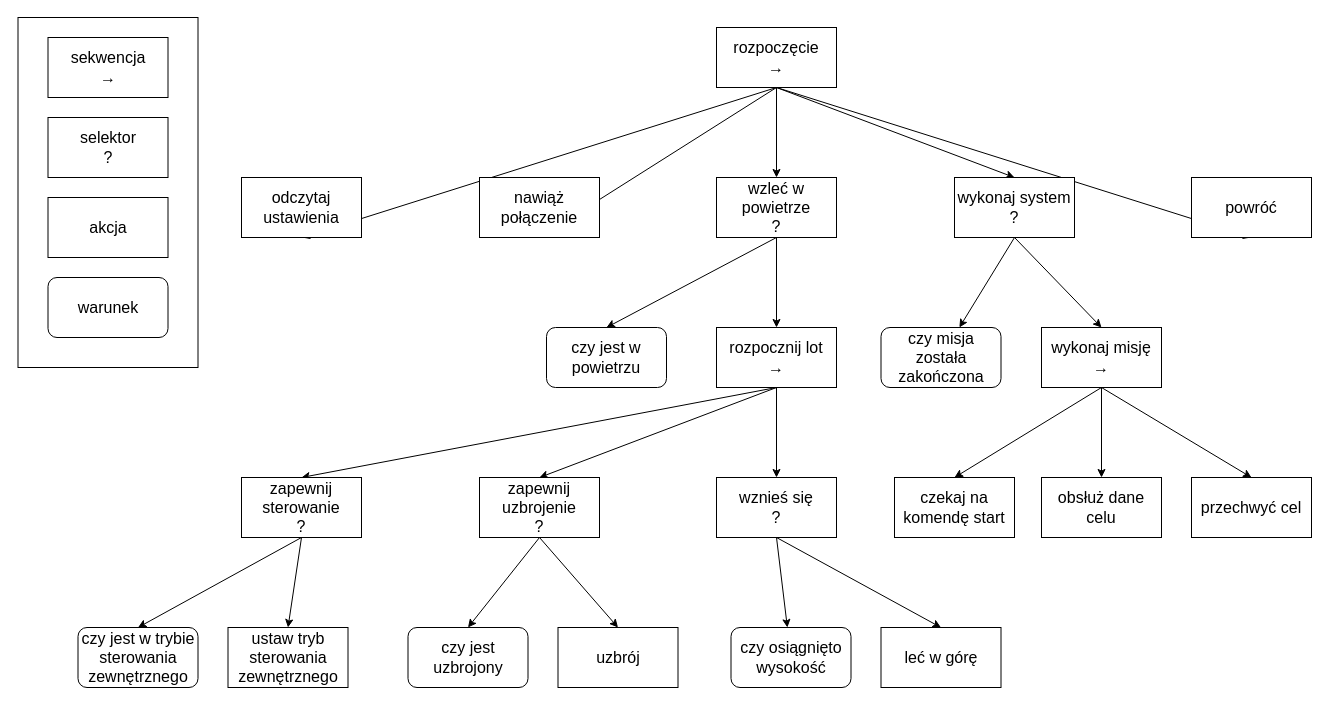
This is drzewo behawioralne.drawio from karofox/draw-io-diagrams, a draw.io file, before an edit. Source tidied: cells renumbered, new cells numbered last; positions are measured from the earlier drawing's top-left corner, leaving out a move shared by most shapes. Both pictures are drawn from the tidied source at 100%, with x=0, y=0 at pixel (17, 17).
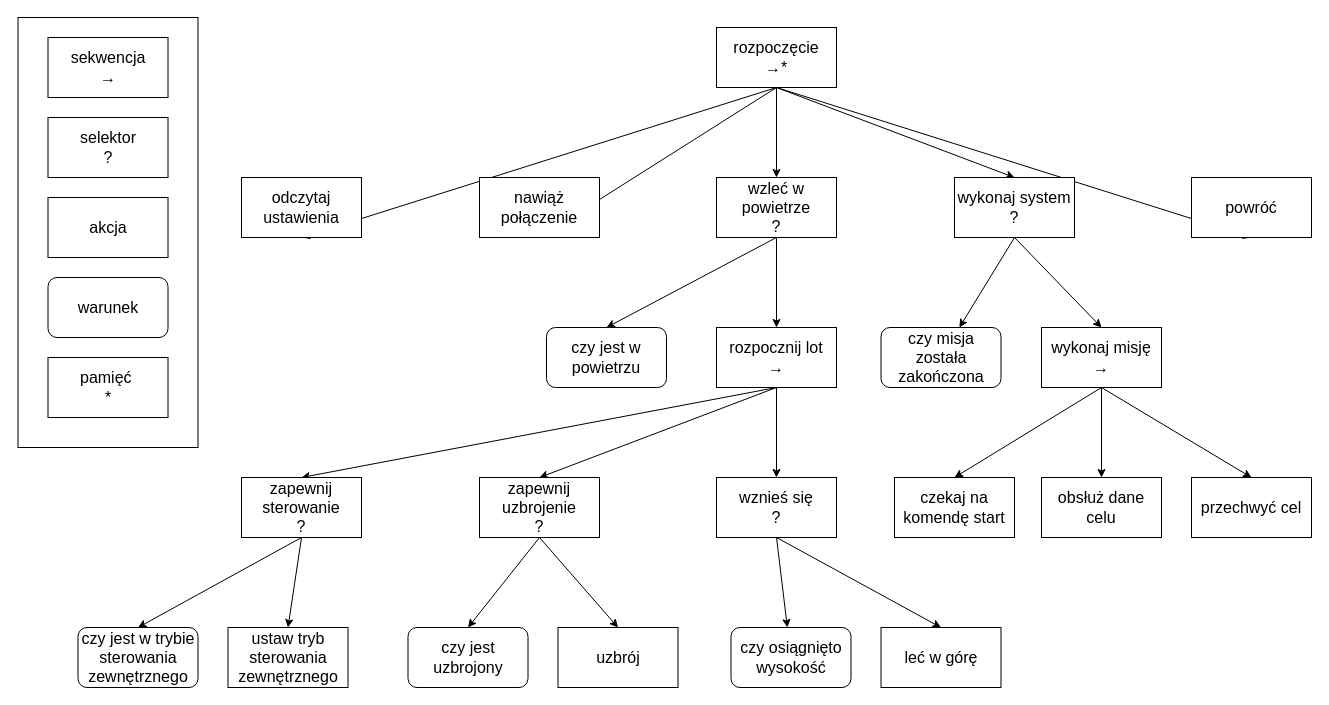
The same page after the edit.

What changed in the source:
```diff
@@
     <mxCell id="2" style="rounded=0;whiteSpace=wrap;html=1;" parent="1" vertex="1">
-      <mxGeometry x="0.5" width="180" height="350" as="geometry" />
+      <mxGeometry x="0.5" width="180" height="430" as="geometry" />
     </mxCell>
@@
-    <mxCell id="8" value="&lt;div&gt;rozpoczęcie&lt;/div&gt;&lt;div&gt;→&lt;/div&gt;" style="rounded=0;whiteSpace=wrap;html=1;fontSize=16;" parent="1" vertex="1">
+    <mxCell id="8" value="&lt;div&gt;rozpoczęcie&lt;/div&gt;&lt;div&gt;→*&lt;/div&gt;" style="rounded=0;whiteSpace=wrap;html=1;fontSize=16;" parent="1" vertex="1">
       <mxGeometry x="699" y="10" width="120" height="60" as="geometry" />
     </mxCell>
@@
+    <mxCell id="50" value="&lt;div&gt;pamięć&amp;nbsp;&lt;/div&gt;&lt;div&gt;*&lt;/div&gt;" style="rounded=0;whiteSpace=wrap;html=1;fontSize=16;" parent="1" vertex="1">
+      <mxGeometry x="30.5" y="340" width="120" height="60" as="geometry" />
+    </mxCell>
```
